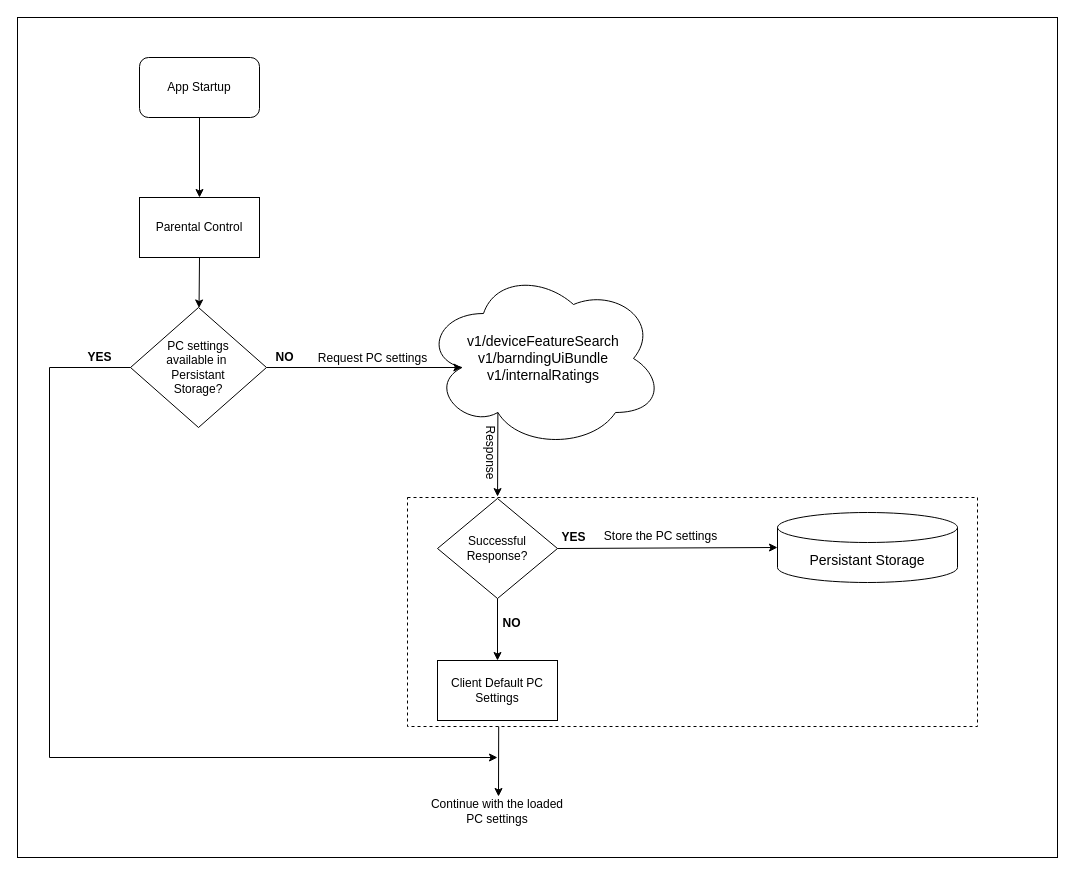
Earlier version of the draw.io diagram parental-control-flow.drawio (ashokkumarsh/diagrams). Source tidied: cells renumbered, new cells numbered last; positions are measured from the earlier drawing's top-left corner, leaving out a move shared by most shapes. Both pictures are drawn from the tidied source at 100%, with x=0, y=0 at pixel (17, 17).
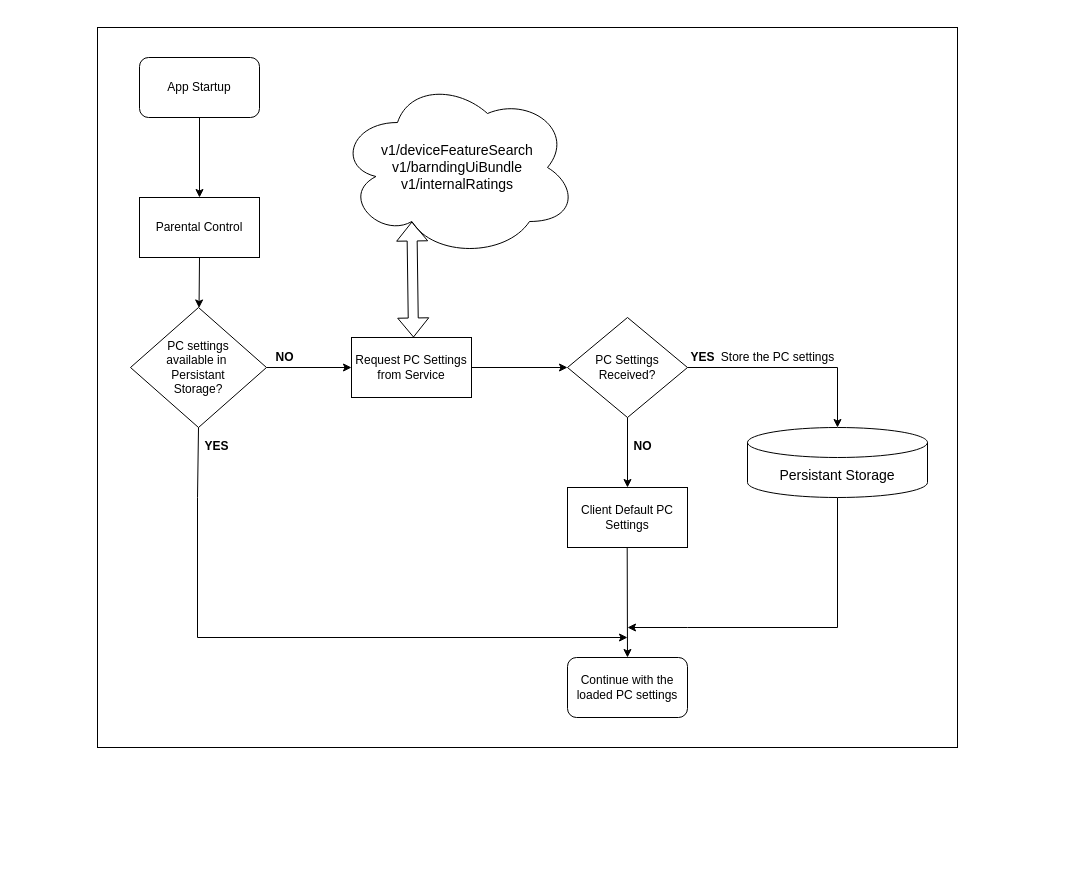
The same diagram, later.

Unchanged cells that the change refers to:
```xml
<mxCell id="21" value="PC settings&lt;div&gt;available in&amp;nbsp;&lt;/div&gt;&lt;div&gt;Persistant&lt;/div&gt;&lt;div&gt;Storage?&lt;/div&gt;" style="rhombus;whiteSpace=wrap;html=1;" parent="1" vertex="1">
  <mxGeometry x="113" y="290" width="136" height="120" as="geometry" />
</mxCell>
```

What changed in the source:
```diff
@@
-    <mxCell id="2" style="rounded=0;whiteSpace=wrap;html=1;" parent="1" vertex="1">
-      <mxGeometry width="1040" height="840" as="geometry" />
-    </mxCell>
-    <mxCell id="3" style="rounded=0;whiteSpace=wrap;html=1;fillColor=none;dashed=1;" parent="1" vertex="1">
-      <mxGeometry x="390" y="480" width="570" height="229" as="geometry" />
-    </mxCell>
+    <mxCell id="29" style="rounded=0;whiteSpace=wrap;html=1;" parent="1" vertex="1">
+      <mxGeometry x="80" y="10" width="860" height="720" as="geometry" />
+    </mxCell>
     <mxCell id="4" value="&lt;span style=&quot;font-size: 14px;&quot;&gt;&lt;font style=&quot;font-size: 14px;&quot;&gt;v1/deviceFeatureSearch&lt;/font&gt;&lt;/span&gt;&lt;div style=&quot;font-size: 14px;&quot;&gt;&lt;font style=&quot;font-size: 14px;&quot;&gt;v1/barndingUiBundle&lt;/font&gt;&lt;/div&gt;&lt;div style=&quot;font-size: 14px;&quot;&gt;&lt;font style=&quot;font-size: 14px;&quot;&gt;v1/internalRatings&lt;/font&gt;&lt;/div&gt;" style="ellipse;shape=cloud;whiteSpace=wrap;html=1;" parent="1" vertex="1">
-      <mxGeometry x="406" y="251" width="240" height="180" as="geometry" />
+      <mxGeometry x="320" y="60" width="240" height="180" as="geometry" />
     </mxCell>
@@
+    <mxCell id="30" style="edgeStyle=orthogonalEdgeStyle;rounded=0;jettySize=auto;html=1;exitX=0.5;exitY=1;exitDx=0;exitDy=0;exitPerimeter=0;" parent="1" edge="1" source="6">
+      <mxGeometry relative="1" as="geometry">
+        <mxPoint x="610" y="610" as="targetPoint" />
+        <Array as="points">
+          <mxPoint x="820" y="610" />
+          <mxPoint x="670" y="610" />
+        </Array>
+      </mxGeometry>
+    </mxCell>
     <mxCell id="6" value="&lt;font style=&quot;font-size: 14px;&quot;&gt;Persistant Storage&lt;/font&gt;" style="shape=cylinder3;whiteSpace=wrap;html=1;boundedLbl=1;backgroundOutline=1;size=15;" parent="1" vertex="1">
-      <mxGeometry x="760" y="495" width="180" height="70" as="geometry" />
+      <mxGeometry x="730" y="410" width="180" height="70" as="geometry" />
     </mxCell>
@@
-    <mxCell id="10" value="Request PC settings" style="text;html=1;align=center;verticalAlign=middle;strokeColor=none;fillColor=none;" parent="1" vertex="1">
-      <mxGeometry x="290" y="326" width="130" height="30" as="geometry" />
-    </mxCell>
-    <mxCell id="11" value="Successful Response?" style="rhombus;whiteSpace=wrap;html=1;" parent="1" vertex="1">
-      <mxGeometry x="420" y="481" width="120" height="100" as="geometry" />
+    <mxCell id="11" value="PC Settings Received?" style="rhombus;whiteSpace=wrap;html=1;" parent="1" vertex="1">
+      <mxGeometry x="550" y="300" width="120" height="100" as="geometry" />
     </mxCell>
@@
-    <mxCell id="13" style="endArrow=classic;html=1;rounded=0;exitX=1;exitY=0.5;exitDx=0;exitDy=0;entryX=0;entryY=0.5;entryDx=0;entryDy=0;entryPerimeter=0;" parent="1" edge="1" source="11" target="6">
-      <mxGeometry relative="1" as="geometry" />
+    <mxCell id="13" style="endArrow=classic;html=1;rounded=0;entryX=0.5;entryY=0;entryDx=0;entryDy=0;entryPerimeter=0;" parent="1" edge="1" target="6">
+      <mxGeometry relative="1" as="geometry">
+        <mxPoint x="670" y="350" as="sourcePoint" />
+        <Array as="points">
+          <mxPoint x="820" y="350" />
+        </Array>
+      </mxGeometry>
     </mxCell>
     <mxCell id="14" value="Store the PC settings" style="text;html=1;align=center;verticalAlign=middle;strokeColor=none;fillColor=none;" parent="1" vertex="1">
-      <mxGeometry x="573" y="504" width="140" height="30" as="geometry" />
+      <mxGeometry x="690" y="325" width="140" height="30" as="geometry" />
     </mxCell>
     <mxCell id="15" value="Client Default PC Settings" style="rounded=0;whiteSpace=wrap;html=1;" parent="1" vertex="1">
-      <mxGeometry x="420" y="643" width="120" height="60" as="geometry" />
+      <mxGeometry x="550" y="470" width="120" height="60" as="geometry" />
     </mxCell>
@@
     <mxCell id="17" value="NO" style="text;html=1;align=center;verticalAlign=middle;strokeColor=none;fillColor=none;fontStyle=1;" parent="1" vertex="1">
-      <mxGeometry x="474" y="591" width="40" height="30" as="geometry" />
+      <mxGeometry x="605" y="414" width="40" height="30" as="geometry" />
     </mxCell>
-    <mxCell id="18" style="edgeStyle=orthogonalEdgeStyle;rounded=0;orthogonalLoop=1;jettySize=auto;html=1;exitX=0.5;exitY=1;exitDx=0;exitDy=0;" parent="1" edge="1" source="3" target="3">
-      <mxGeometry relative="1" as="geometry" />
+    <mxCell id="18" style="edgeStyle=orthogonalEdgeStyle;rounded=0;orthogonalLoop=1;jettySize=auto;html=1;exitX=0.5;exitY=1;exitDx=0;exitDy=0;" parent="1" edge="1">
+      <mxGeometry relative="1" as="geometry">
+        <mxPoint x="778" y="709" as="sourcePoint" />
+        <mxPoint x="778" y="709" as="targetPoint" />
+      </mxGeometry>
     </mxCell>
-    <mxCell id="19" style="endArrow=classic;html=1;rounded=0;exitX=0.16;exitY=1;exitDx=0;exitDy=0;exitPerimeter=0;" parent="1" edge="1" source="3">
+    <mxCell id="19" style="endArrow=classic;html=1;rounded=0;exitX=0.16;exitY=1;exitDx=0;exitDy=0;exitPerimeter=0;" parent="1" edge="1">
       <mxGeometry relative="1" as="geometry">
-        <mxPoint x="481" y="779" as="targetPoint" />
+        <mxPoint x="609.7" y="530" as="sourcePoint" />
+        <mxPoint x="610" y="640" as="targetPoint" />
       </mxGeometry>
     </mxCell>
-    <mxCell id="20" value="Continue with the loaded PC settings" style="text;html=1;align=center;verticalAlign=middle;whiteSpace=wrap;rounded=0;" parent="1" vertex="1">
-      <mxGeometry x="410" y="779" width="140" height="30" as="geometry" />
-    </mxCell>
@@
-    <mxCell id="23" style="endArrow=classic;html=1;rounded=0;exitX=0.31;exitY=0.8;exitDx=0;exitDy=0;entryX=0.158;entryY=-0.004;entryDx=0;entryDy=0;entryPerimeter=0;exitPerimeter=0;" parent="1" edge="1" source="4" target="3">
+    <mxCell id="23" style="endArrow=classic;html=1;rounded=0;exitX=1;exitY=0.5;exitDx=0;exitDy=0;" parent="1" edge="1" source="31" target="11">
       <mxGeometry relative="1" as="geometry" />
     </mxCell>
-    <mxCell id="24" style="endArrow=classic;html=1;rounded=0;exitX=0;exitY=0.5;exitDx=0;exitDy=0;" parent="1" edge="1" source="21">
+    <mxCell id="24" style="endArrow=classic;html=1;rounded=0;exitX=0.5;exitY=1;exitDx=0;exitDy=0;" parent="1" edge="1" source="21">
       <mxGeometry relative="1" as="geometry">
-        <mxPoint x="480" y="740" as="targetPoint" />
+        <mxPoint x="610" y="620" as="targetPoint" />
         <Array as="points">
-          <mxPoint x="32" y="350" />
-          <mxPoint x="32" y="740" />
+          <mxPoint x="180" y="480" />
+          <mxPoint x="180" y="620" />
         </Array>
       </mxGeometry>
     </mxCell>
     <mxCell id="25" value="YES" style="text;html=1;align=center;verticalAlign=middle;strokeColor=none;fillColor=none;fontStyle=1;" parent="1" vertex="1">
-      <mxGeometry x="57" y="325" width="50" height="30" as="geometry" />
+      <mxGeometry x="174" y="414" width="50" height="30" as="geometry" />
     </mxCell>
     <mxCell id="26" value="YES" style="text;html=1;align=center;verticalAlign=middle;strokeColor=none;fillColor=none;fontStyle=1;" parent="1" vertex="1">
-      <mxGeometry x="531" y="505" width="50" height="30" as="geometry" />
+      <mxGeometry x="660" y="325" width="50" height="30" as="geometry" />
     </mxCell>
-    <mxCell id="27" style="endArrow=classic;html=1;rounded=0;exitX=1;exitY=0.5;exitDx=0;exitDy=0;entryX=0.16;entryY=0.55;entryDx=0;entryDy=0;entryPerimeter=0;" parent="1" edge="1" source="21" target="4">
+    <mxCell id="27" style="endArrow=classic;html=1;rounded=0;exitX=1;exitY=0.5;exitDx=0;exitDy=0;" parent="1" edge="1" source="21" target="31">
       <mxGeometry relative="1" as="geometry" />
     </mxCell>
-    <mxCell id="28" value="Response" style="text;html=1;align=center;verticalAlign=middle;strokeColor=none;fillColor=none;rotation=90;" parent="1" vertex="1">
-      <mxGeometry x="433" y="420" width="80" height="30" as="geometry" />
-    </mxCell>
+    <mxCell id="31" value="Request PC Settings from Service" style="rounded=0;whiteSpace=wrap;html=1;" parent="1" vertex="1">
+      <mxGeometry x="334" y="320" width="120" height="60" as="geometry" />
+    </mxCell>
+    <mxCell id="32" style="shape=flexArrow;endArrow=classic;startArrow=classic;html=1;rounded=0;exitX=0.417;exitY=0;exitDx=0;exitDy=0;exitPerimeter=0;entryX=0.31;entryY=0.8;entryDx=0;entryDy=0;entryPerimeter=0;" parent="1" edge="1" target="4">
+      <mxGeometry relative="1" as="geometry">
+        <mxPoint x="396" y="320" as="sourcePoint" />
+      </mxGeometry>
+    </mxCell>
+    <mxCell id="20" value="Continue with the loaded PC settings" style="rounded=1;whiteSpace=wrap;html=1;" parent="1" vertex="1">
+      <mxGeometry x="550" y="640" width="120" height="60" as="geometry" />
+    </mxCell>
```
